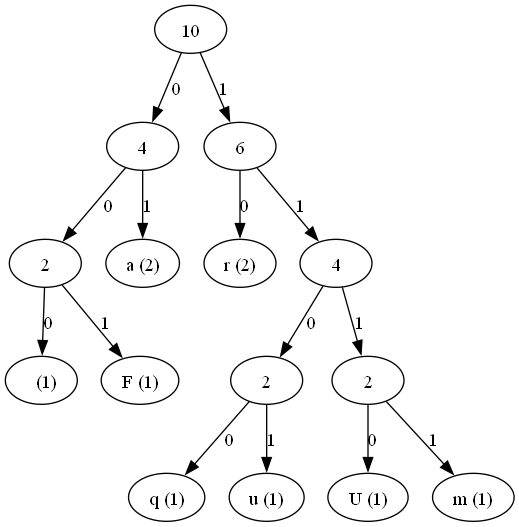
Above: huffman_tree.png in ufarqrobbany/huffman_code_tubes_sda (Graphviz), before the change. Its source is kept beside it as huffman_tree.dot.
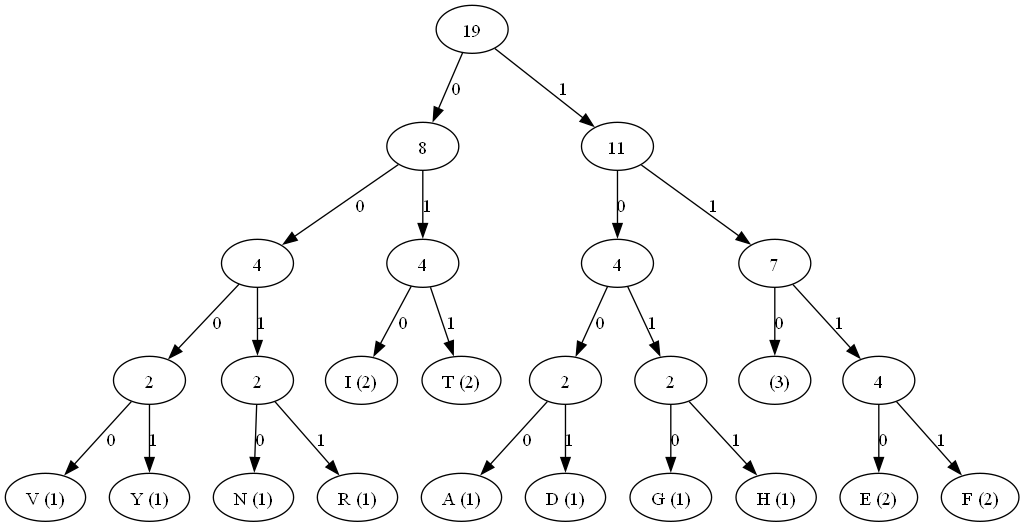
After the commit.

What changed in the source:
```diff
@@ -1,31 +1,27 @@
 digraph G {
-    "00DE3EA8" [label="10"];
-    "00DE3EA8" -> "00DE3E58" [label="0"];
-    "00DE3E58" [label="4"];
-    "00DE3E58" -> "00DE17C8" [label="0"];
-    "00DE17C8" [label="2"];
-    "00DE17C8" -> "00DE1728" [label="0"];
-    "00DE1728" [label="  (1)"];
-    "00DE17C8" -> "00DE1750" [label="1"];
-    "00DE1750" [label="F (1)"];
-    "00DE3E58" -> "00DE1B90" [label="1"];
-    "00DE1B90" [label="a (2)"];
-    "00DE3EA8" -> "00DE3E80" [label="1"];
-    "00DE3E80" [label="6"];
-    "00DE3E80" -> "00DE1700" [label="0"];
-    "00DE1700" [label="r (2)"];
-    "00DE3E80" -> "00DE1840" [label="1"];
-    "00DE1840" [label="4"];
-    "00DE1840" -> "00DE1818" [label="0"];
-    "00DE1818" [label="2"];
-    "00DE1818" -> "00DE17A0" [label="0"];
-    "00DE17A0" [label="q (1)"];
-    "00DE1818" -> "00DE1778" [label="1"];
-    "00DE1778" [label="u (1)"];
-    "00DE1840" -> "00DE17F0" [label="1"];
-    "00DE17F0" [label="2"];
-    "00DE17F0" -> "00DE1B40" [label="0"];
-    "00DE1B40" [label="U (1)"];
-    "00DE17F0" -> "00DE1B68" [label="1"];
-    "00DE1B68" [label="m (1)"];
+    "00E13E58" [label="23"];
+    "00E13E58" -> "00E11818" [label="0"];
+    "00E11818" [label="10"];
+    "00E11818" -> "00E117C8" [label="0"];
+    "00E117C8" [label="5"];
+    "00E117C8" -> "00E11778" [label="0"];
+    "00E11778" [label="u (2)"];
+    "00E117C8" -> "00E117A0" [label="1"];
+    "00E117A0" [label="3"];
+    "00E117A0" -> "00E11750" [label="0"];
+    "00E11750" [label="t (1)"];
+    "00E117A0" -> "00E11700" [label="1"];
+    "00E11700" [label="i (2)"];
+    "00E11818" -> "00E11B68" [label="1"];
+    "00E11B68" [label="a (5)"];
+    "00E13E58" -> "00E11840" [label="1"];
+    "00E11840" [label="13"];
+    "00E11840" -> "00E11B90" [label="0"];
+    "00E11B90" [label="k (5)"];
+    "00E11840" -> "00E117F0" [label="1"];
+    "00E117F0" [label="8"];
+    "00E117F0" -> "00E11728" [label="0"];
+    "00E11728" [label="  (4)"];
+    "00E117F0" -> "00E11B40" [label="1"];
+    "00E11B40" [label="l (4)"];
 }
```
